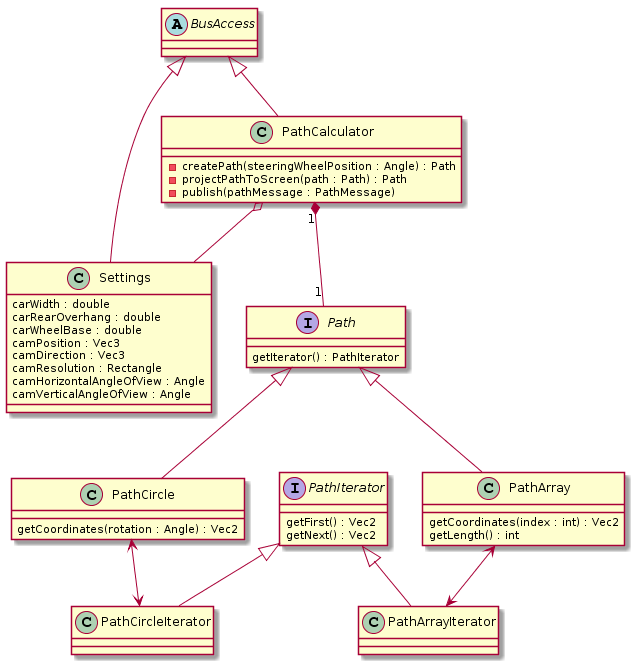
Before: Entwurf/diagrams/ParkingSensor/v3/classdiagram_server.png, a diagram exported from PlantUML (uzdry/PSE). The source it was exported from:
```plantuml
@startuml
abstract class BusAccess {

}

class Settings {

carWidth : double
carRearOverhang : double
carWheelBase : double

camPosition : Vec3
camDirection : Vec3
camResolution : Rectangle

camHorizontalAngleOfView : Angle
camVerticalAngleOfView : Angle

}

class PathCalculator {
-createPath(steeringWheelPosition : Angle) : Path
-projectPathToScreen(path : Path) : Path
-publish(pathMessage : PathMessage)
}

interface PathIterator{
getFirst() : Vec2
getNext() : Vec2
}

interface Path {
getIterator() : PathIterator

}

class PathCircle {
getCoordinates(rotation : Angle) : Vec2
}

class PathCircleIterator {

}

class PathArray {
getCoordinates(index : int) : Vec2
getLength() : int
}


PathIterator <|-- PathCircleIterator
PathIterator <|-- PathArrayIterator
Path <|-- PathCircle
Path <|-- PathArray

PathCalculator "1" *-- "1" Path



PathCircle <--> PathCircleIterator
PathArray <--> PathArrayIterator

BusAccess <|-- PathCalculator
PathCalculator o-- Settings
BusAccess <|-- Settings
@enduml
```
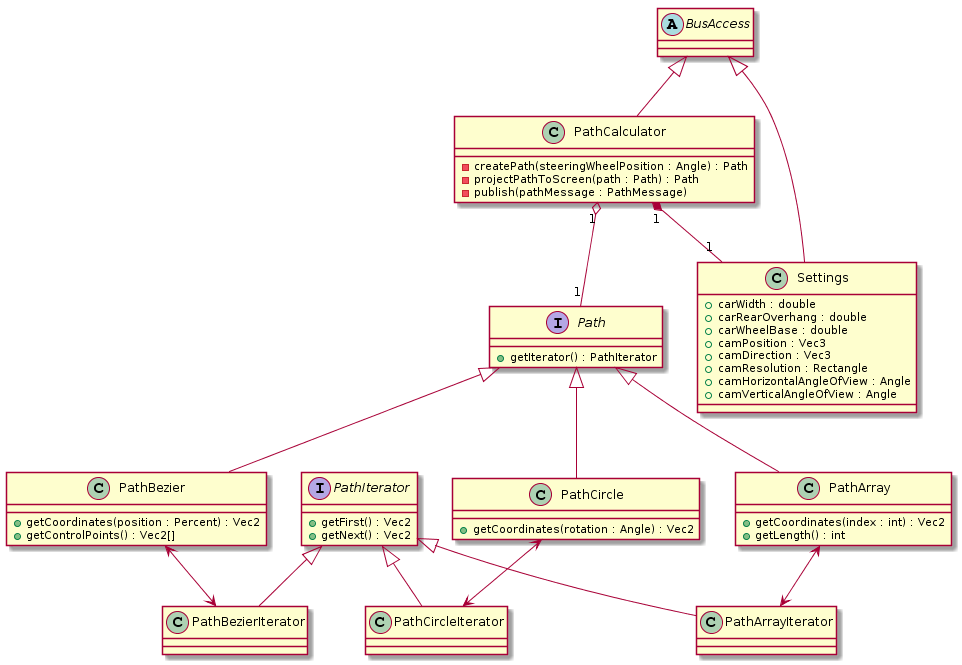
After the commit.

What changed in the source:
```diff
@@ -1,20 +1,28 @@
 @startuml
+class PathBezier {
++getCoordinates(position : Percent) : Vec2
++getControlPoints() : Vec2[]
+}
+
+class PathBezierIterator {
+
+}
 abstract class BusAccess {
 
 }
 
 class Settings {
 
-carWidth : double
-carRearOverhang : double
-carWheelBase : double
++carWidth : double
++carRearOverhang : double
++carWheelBase : double
 
-camPosition : Vec3
-camDirection : Vec3
-camResolution : Rectangle
++camPosition : Vec3
++camDirection : Vec3
++camResolution : Rectangle
 
-camHorizontalAngleOfView : Angle
-camVerticalAngleOfView : Angle
++camHorizontalAngleOfView : Angle
++camVerticalAngleOfView : Angle
 
 }
 
@@ -25,17 +33,17 @@
 }
 
 interface PathIterator{
-getFirst() : Vec2
-getNext() : Vec2
++getFirst() : Vec2
++getNext() : Vec2
 }
 
 interface Path {
-getIterator() : PathIterator
++getIterator() : PathIterator
 
 }
 
 class PathCircle {
-getCoordinates(rotation : Angle) : Vec2
++getCoordinates(rotation : Angle) : Vec2
 }
 
 class PathCircleIterator {
@@ -43,24 +51,25 @@
 }
 
 class PathArray {
-getCoordinates(index : int) : Vec2
-getLength() : int
++getCoordinates(index : int) : Vec2
++getLength() : int
 }
 
-
+PathIterator <|-- PathBezierIterator
 PathIterator <|-- PathCircleIterator
 PathIterator <|-- PathArrayIterator
 Path <|-- PathCircle
 Path <|-- PathArray
+Path <|-- PathBezier
 
-PathCalculator "1" *-- "1" Path
+PathCalculator "1" o-- "1" Path
 
 
-
+PathBezier <--> PathBezierIterator
 PathCircle <--> PathCircleIterator
 PathArray <--> PathArrayIterator
 
 BusAccess <|-- PathCalculator
-PathCalculator o-- Settings
+PathCalculator "1" *-- "1" Settings
 BusAccess <|-- Settings
 @enduml
```
